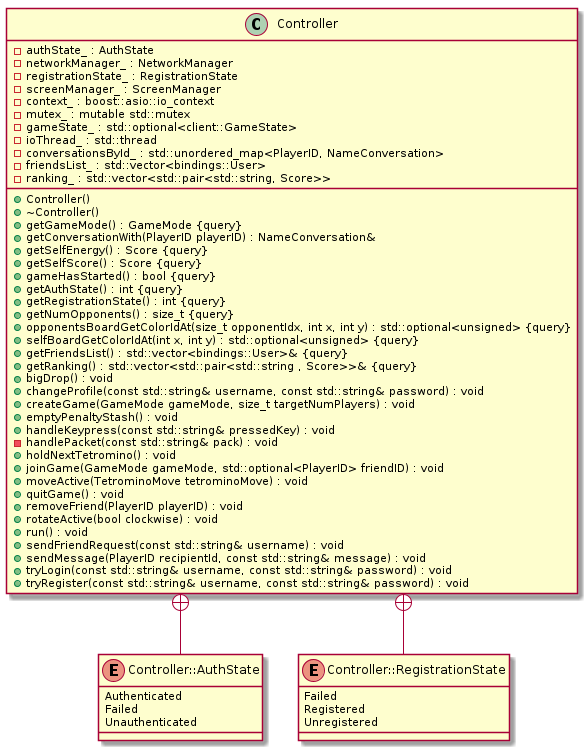
This is res/uml/class/ControllerClass.png from ulb-info2-group5/Royal-Blocks, a PlantUML export, as it was before one commit. Its source is kept beside it as doc/uml/class/client/ControllerClass.plantuml.
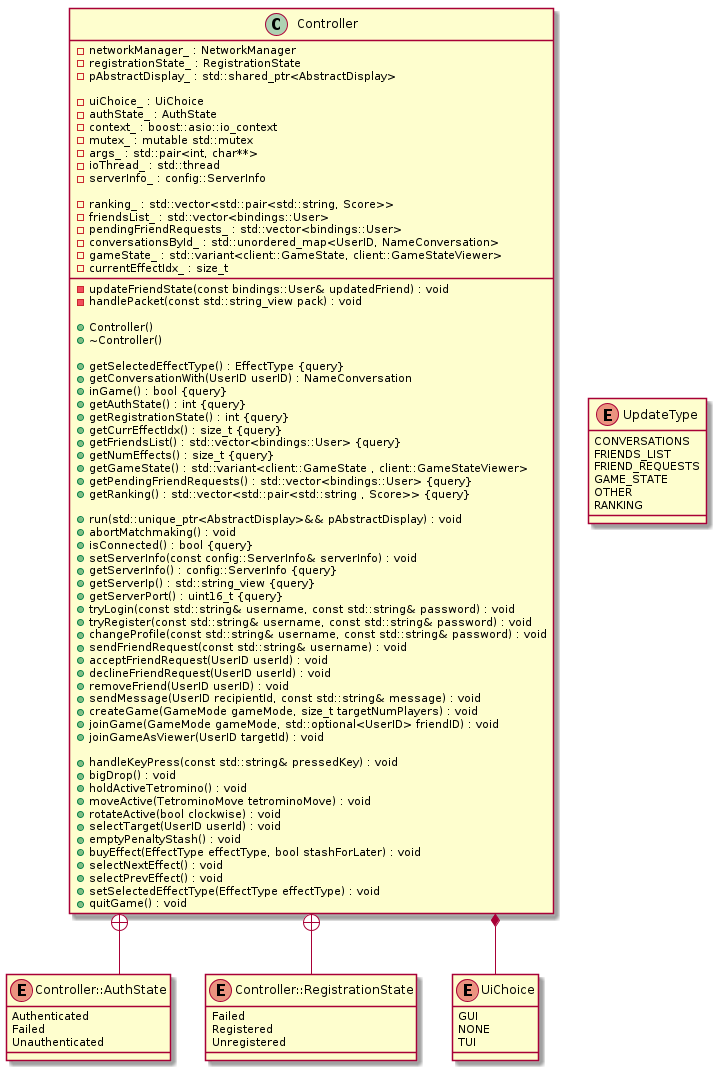
Later version of the same file.

What changed in the source:
```diff
@@ -1,53 +1,78 @@
 @startuml ControllerClass
-
-
 skinparam linetype ortho
 
 
+class Controller {
+	-networkManager_ : NetworkManager
+	-registrationState_ : RegistrationState
+    -pAbstractDisplay_ : std::shared_ptr<AbstractDisplay>
 
-class Controller {
+	-uiChoice_ : UiChoice
+	-authState_ : AuthState
+	-context_ : boost::asio::io_context
+	-mutex_ : mutable std::mutex
+	-args_ : std::pair<int, char**>
+	-ioThread_ : std::thread
+	- serverInfo_ : config::ServerInfo
+
+	-ranking_ : std::vector<std::pair<std::string, Score>>
+	-friendsList_ : std::vector<bindings::User>
+	-pendingFriendRequests_ : std::vector<bindings::User>
+	-conversationsById_ : std::unordered_map<UserID, NameConversation>
+	-gameState_ : std::variant<client::GameState, client::GameStateViewer>
+	-currentEffectIdx_ : size_t
+
+	-updateFriendState(const bindings::User& updatedFriend) : void
+	-handlePacket(const std::string_view pack) : void
+
 	+Controller()
 	+~Controller()
-	-authState_ : AuthState
-	+getGameMode() : GameMode {query}
-	+getConversationWith(PlayerID playerID) : NameConversation&
-	-networkManager_ : NetworkManager
-	-registrationState_ : RegistrationState
-	+getSelfEnergy() : Score {query}
-	+getSelfScore() : Score {query}
-	-screenManager_ : ScreenManager
-	+gameHasStarted() : bool {query}
-	-context_ : boost::asio::io_context
+
+	+getSelectedEffectType() : EffectType {query}
+	+getConversationWith(UserID userID) : NameConversation
+	+inGame() : bool {query}
 	+getAuthState() : int {query}
 	+getRegistrationState() : int {query}
-	-mutex_ : mutable std::mutex
-	+getNumOpponents() : size_t {query}
-	-gameState_ : std::optional<client::GameState>
-	+opponentsBoardGetColorIdAt(size_t opponentIdx, int x, int y) : std::optional<unsigned> {query}
-	+selfBoardGetColorIdAt(int x, int y) : std::optional<unsigned> {query}
-	-ioThread_ : std::thread
-	-conversationsById_ : std::unordered_map<PlayerID, NameConversation>
-	-friendsList_ : std::vector<bindings::User>
-	+getFriendsList() : std::vector<bindings::User>& {query}
-	+getRanking() : std::vector<std::pair<std::string , Score>>& {query}
-	-ranking_ : std::vector<std::pair<std::string, Score>>
-	+bigDrop() : void
-	+changeProfile(const std::string& username, const std::string& password) : void
-	+createGame(GameMode gameMode, size_t targetNumPlayers) : void
-	+emptyPenaltyStash() : void
-	+handleKeypress(const std::string& pressedKey) : void
-	-handlePacket(const std::string& pack) : void
-	+holdNextTetromino() : void
-	+joinGame(GameMode gameMode, std::optional<PlayerID> friendID) : void
-	+moveActive(TetrominoMove tetrominoMove) : void
-	+quitGame() : void
-	+removeFriend(PlayerID playerID) : void
-	+rotateActive(bool clockwise) : void
-	+run() : void
-	+sendFriendRequest(const std::string& username) : void
-	+sendMessage(PlayerID recipientId, const std::string& message) : void
+	+getCurrEffectIdx() : size_t {query}
+	+getFriendsList() : std::vector<bindings::User> {query}
+	+getNumEffects() : size_t {query}
+	+getGameState() : std::variant<client::GameState , client::GameStateViewer>
+	+getPendingFriendRequests() : std::vector<bindings::User> {query}
+	+getRanking() : std::vector<std::pair<std::string , Score>> {query}
+
+	+run(std::unique_ptr<AbstractDisplay>&& pAbstractDisplay) : void
+	+abortMatchmaking() : void
+	+isConnected() : bool {query}
+	+setServerInfo(const config::ServerInfo& serverInfo) : void
+	+getServerInfo() : config::ServerInfo {query}
+	+getServerIp() : std::string_view {query}
+	+getServerPort() : uint16_t {query}
+
+
 	+tryLogin(const std::string& username, const std::string& password) : void
 	+tryRegister(const std::string& username, const std::string& password) : void
+	+changeProfile(const std::string& username, const std::string& password) : void
+	+sendFriendRequest(const std::string& username) : void
+	+acceptFriendRequest(UserID userId) : void
+	+declineFriendRequest(UserID userId) : void
+	+removeFriend(UserID userID) : void
+	+sendMessage(UserID recipientId, const std::string& message) : void
+	+createGame(GameMode gameMode, size_t targetNumPlayers) : void
+	+joinGame(GameMode gameMode, std::optional<UserID> friendID) : void
+	+joinGameAsViewer(UserID targetId) : void
+
+	+handleKeyPress(const std::string& pressedKey) : void
+	+bigDrop() : void
+	+holdActiveTetromino() : void
+	+moveActive(TetrominoMove tetrominoMove) : void
+	+rotateActive(bool clockwise) : void
+	+selectTarget(UserID userId) : void
+	+emptyPenaltyStash() : void
+	+buyEffect(EffectType effectType, bool stashForLater) : void
+	+selectNextEffect() : void
+	+selectPrevEffect() : void
+	+setSelectedEffectType(EffectType effectType) : void
+	+quitGame() : void
 }
 
 
@@ -65,12 +90,32 @@
 }
 
 
+enum UiChoice {
+	GUI
+	NONE
+	TUI
+}
+
+
+enum UpdateType {
+	CONVERSATIONS
+	FRIENDS_LIST
+	FRIEND_REQUESTS
+	GAME_STATE
+	OTHER
+	RANKING
+}
 
 
 
 
 
 
+
+
+
+
+Controller *-- UiChoice
 
 
 
```
